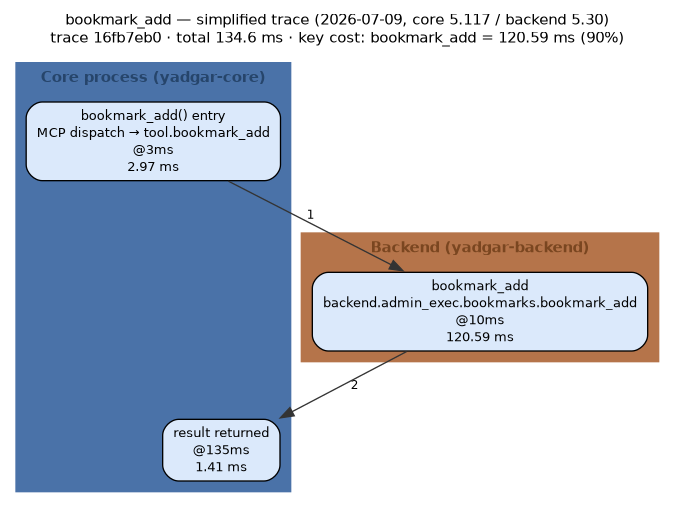
m-agahi/yadgar keeps this Graphviz diagram as docs/diagrams/out/bookmark_add-trace-2026-07-09.png. Above is the earlier version. Its source is kept beside it as docs/diagrams/out/bookmark_add-trace-2026-07-09.dot. The source it was exported from:
```dot
digraph flow {
  rankdir="TB";
  newrank=true;
  compound=true;
  nodesep=0.35;
  ranksep=0.55;
  graph [fontname="Helvetica", fontsize=11, labelloc="t"];
  node  [fontname="Helvetica", fontsize=10];
  edge  [fontname="Helvetica", fontsize=9];
  label="bookmark_add — simplified trace (2026-07-09, core 5.117 / backend 5.30)
trace 16fb7eb0 · total 134.6 ms · key cost: bookmark_add = 120.59 ms (90%)";
  subgraph "cluster_core" {
    label="Core process (yadgar-core)";
    style=filled;
    bgcolor="#eef4fb";
    color="#4a72a8";
    fontcolor="#26456b";
    fontname="Helvetica-Bold";
    "entry" [shape="box", style="rounded,filled", fillcolor="#dbe9fb", label="bookmark_add() entry\nMCP dispatch → tool.bookmark_add\n@3ms\n2.97 ms"];
    "done" [shape="box", style="rounded,filled", fillcolor="#dbe9fb", label="result returned\n@135ms\n1.41 ms"];
  }
  subgraph "cluster_backend" {
    label="Backend (yadgar-backend)";
    style=filled;
    bgcolor="#fbf0ea";
    color="#b5744a";
    fontcolor="#7a4620";
    fontname="Helvetica-Bold";
    "s0" [shape="box", style="rounded,filled", fillcolor="#dbe9fb", label="bookmark_add\nbackend.admin_exec.bookmarks.bookmark_add\n@10ms\n120.59 ms"];
  }
  "entry" -> "s0" [color="#333333", style="solid", label="1"];
  "s0" -> "done" [color="#333333", style="solid", label="2"];
}
```
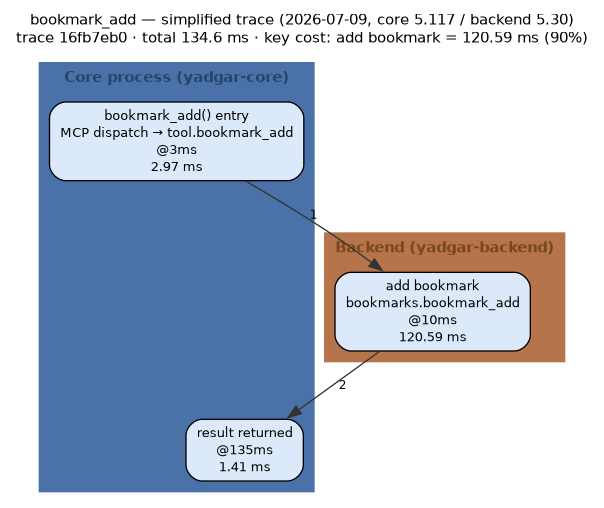
The same diagram one commit later.

What changed in the source:
```diff
@@ -8,7 +8,7 @@
   node  [fontname="Helvetica", fontsize=10];
   edge  [fontname="Helvetica", fontsize=9];
   label="bookmark_add — simplified trace (2026-07-09, core 5.117 / backend 5.30)
-trace 16fb7eb0 · total 134.6 ms · key cost: bookmark_add = 120.59 ms (90%)";
+trace 16fb7eb0 · total 134.6 ms · key cost: add bookmark = 120.59 ms (90%)";
   subgraph "cluster_core" {
     label="Core process (yadgar-core)";
     style=filled;
@@ -26,7 +26,7 @@
     color="#b5744a";
     fontcolor="#7a4620";
     fontname="Helvetica-Bold";
-    "s0" [shape="box", style="rounded,filled", fillcolor="#dbe9fb", label="bookmark_add\nbackend.admin_exec.bookmarks.bookmark_add\n@10ms\n120.59 ms"];
+    "s0" [shape="box", style="rounded,filled", fillcolor="#dbe9fb", label="add bookmark\nbookmarks.bookmark_add\n@10ms\n120.59 ms"];
   }
   "entry" -> "s0" [color="#333333", style="solid", label="1"];
   "s0" -> "done" [color="#333333", style="solid", label="2"];
```
